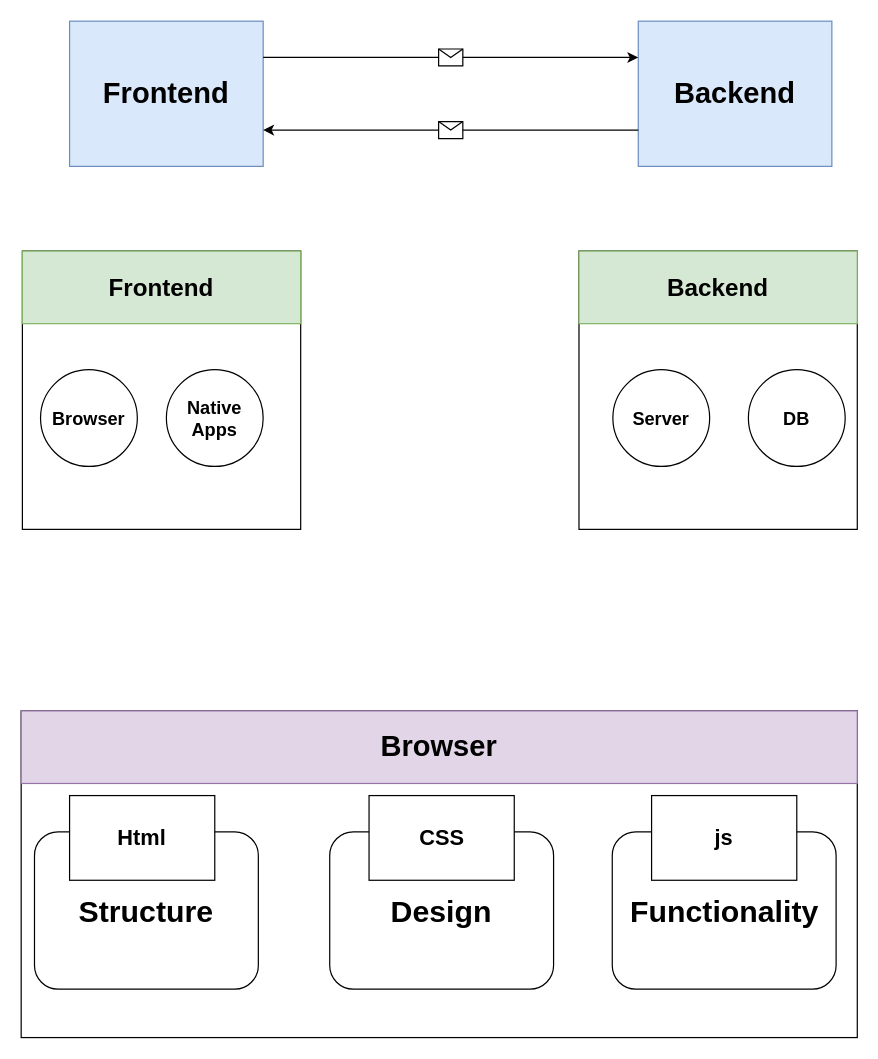
Earlier version of the draw.io diagram diagrams/lesson 1 Diagram.drawio (shimri-code/web-dev). Source tidied: cells renumbered, new cells numbered last; positions are measured from the earlier drawing's top-left corner, leaving out a move shared by most shapes. Both pictures are drawn from the tidied source at 121%, with x=0, y=0 at pixel (21, 21).
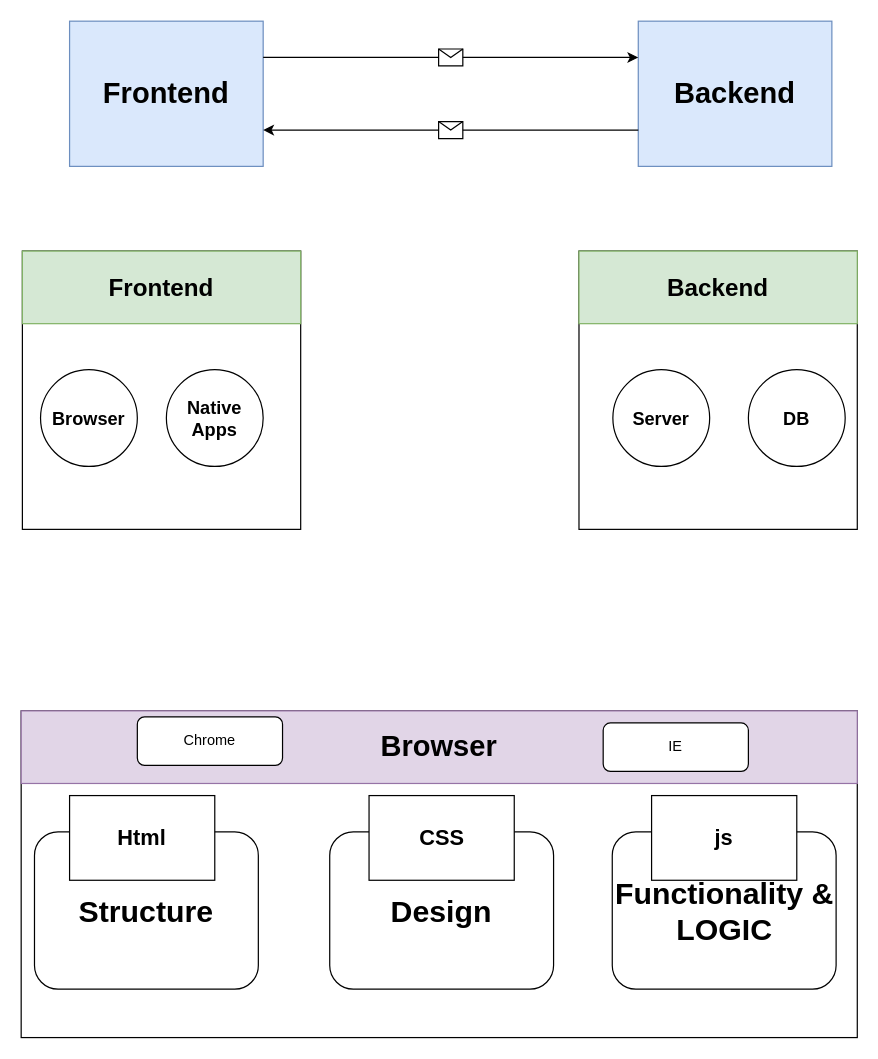
The same diagram, later.

What changed in the source:
```diff
@@
-    <mxCell id="20" value="&lt;font style=&quot;font-size: 25px&quot;&gt;&lt;b&gt;Functionality&lt;/b&gt;&lt;/font&gt;" style="rounded=1;whiteSpace=wrap;html=1;" parent="1" vertex="1">
+    <mxCell id="20" value="&lt;font style=&quot;font-size: 25px&quot;&gt;&lt;b&gt;Functionality &amp;amp; LOGIC&lt;/b&gt;&lt;/font&gt;" style="rounded=1;whiteSpace=wrap;html=1;" parent="1" vertex="1">
       <mxGeometry x="488.5" y="670" width="185" height="130" as="geometry" />
     </mxCell>
@@
+    <mxCell id="24" value="Chrome" style="rounded=1;whiteSpace=wrap;html=1;" parent="1" vertex="1">
+      <mxGeometry x="96" y="575" width="120" height="40" as="geometry" />
+    </mxCell>
+    <mxCell id="25" value="IE" style="rounded=1;whiteSpace=wrap;html=1;" parent="1" vertex="1">
+      <mxGeometry x="481" y="580" width="120" height="40" as="geometry" />
+    </mxCell>
```
